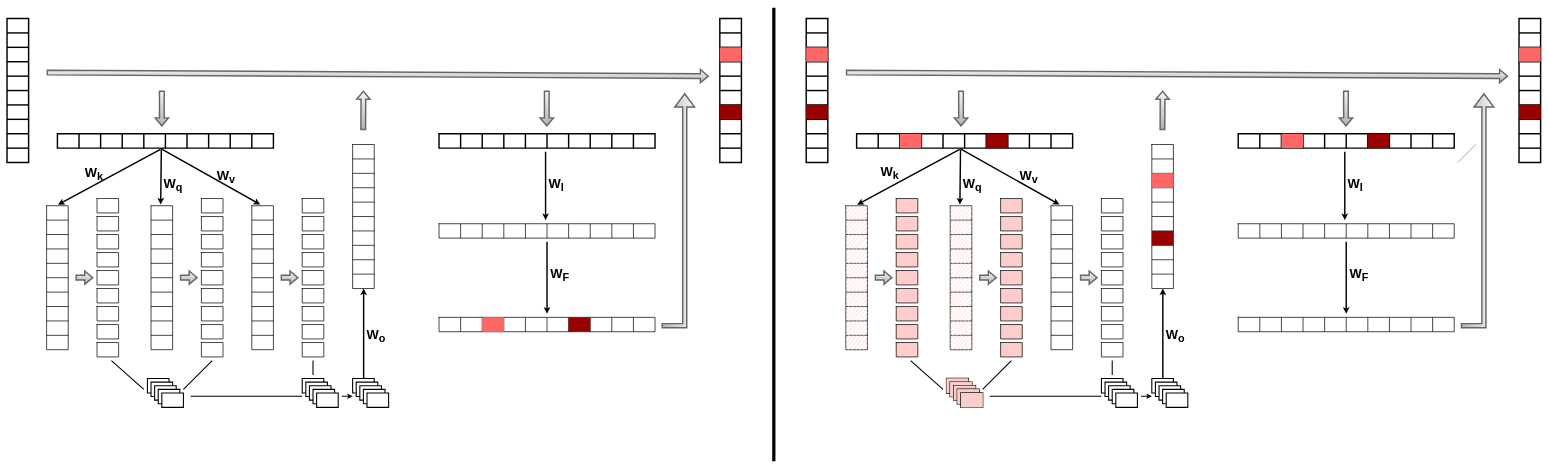
Earlier version of the draw.io diagram formation of attention sink.drawio (uservan/drawIO). Source tidied: cells renumbered, new cells numbered last; positions are measured from the earlier drawing's top-left corner, leaving out a move shared by most shapes. Both pictures are drawn from the tidied source at 36%, with x=0, y=0 at pixel (7, 8).
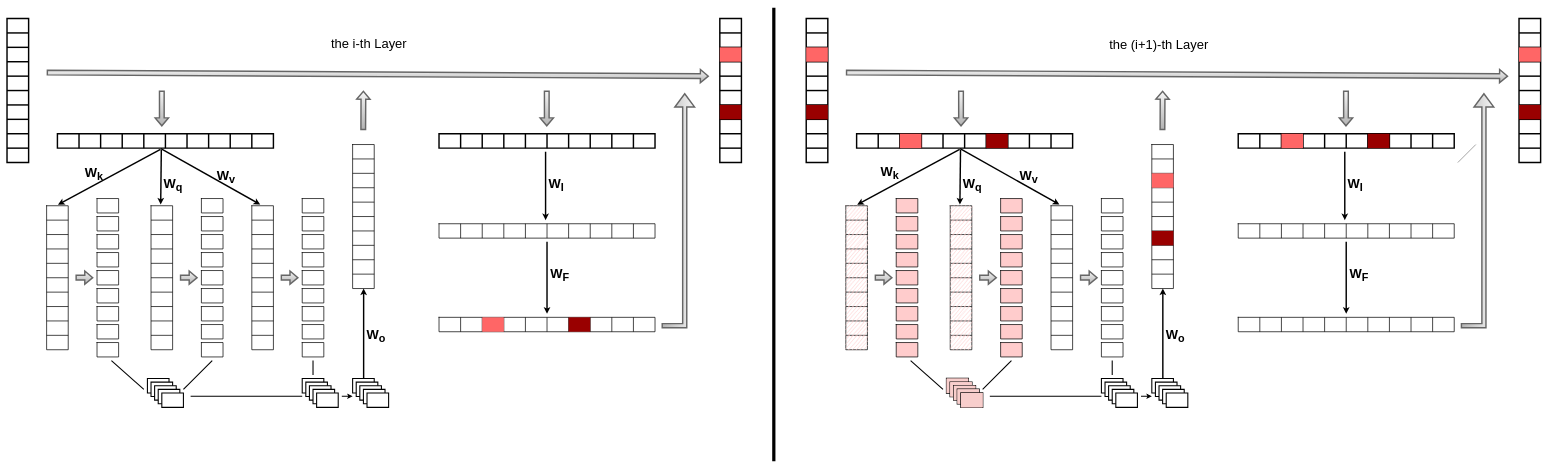
After the change.

The edit, as a diff of the source:
```diff
@@
+    <mxCell id="669" value="&lt;font style=&quot;font-size: 36px;&quot;&gt;the i-th Layer&lt;/font&gt;" style="text;html=1;align=center;verticalAlign=middle;strokeColor=none;fillColor=none;" parent="1" vertex="1">
+      <mxGeometry x="890" y="70" width="230" height="60" as="geometry" />
+    </mxCell>
+    <mxCell id="670" value="&lt;font style=&quot;font-size: 36px;&quot;&gt;the (i+1)-th Layer&lt;/font&gt;" style="text;whiteSpace=wrap;html=1;" parent="1" vertex="1">
+      <mxGeometry x="3060" y="73" width="320" height="70" as="geometry" />
+    </mxCell>
```
